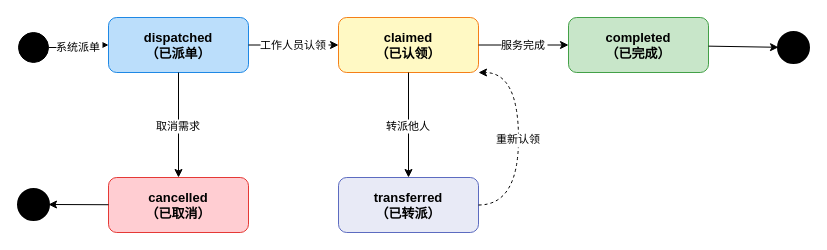
Earlier version of the draw.io diagram paper/附件/diagrams/fig4-3-task-state.drawio (julesChu12/scare). Source tidied: cells renumbered, new cells numbered last; positions are measured from the earlier drawing's top-left corner, leaving out a move shared by most shapes. Both pictures are drawn from the tidied source at 100%, with x=0, y=0 at pixel (18, 17).
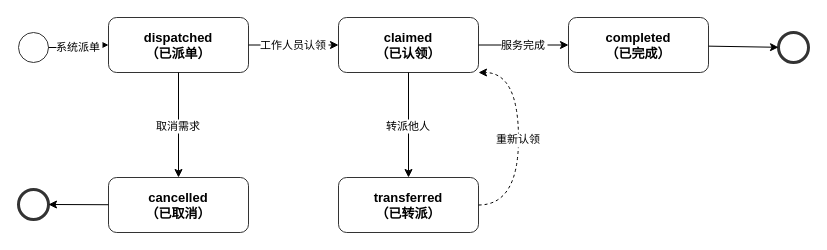
The same diagram, later.

The edit, as a diff of the source:
```diff
@@
 <mxGraphModel>
   <root>
     <mxCell id="0" />
     <mxCell id="1" parent="0" />
-    <mxCell id="2" style="ellipse;fillColor=#000000;strokeColor=#000000;" parent="1" vertex="1">
+    <mxCell id="2" style="ellipse;fillColor=#ffffff;strokeColor=#333333;" parent="1" vertex="1">
       <mxGeometry y="15" width="30" height="30" as="geometry" />
     </mxCell>
-    <mxCell id="3" value="dispatched&#10;（已派单）" style="rounded=1;whiteSpace=wrap;html=1;fillColor=#bbdefb;strokeColor=#1e88e5;fontSize=13;fontStyle=1;" parent="1" vertex="1">
+    <mxCell id="3" value="dispatched&#10;（已派单）" style="rounded=1;whiteSpace=wrap;html=1;fillColor=#ffffff;strokeColor=#333333;fontSize=13;fontStyle=1;" parent="1" vertex="1">
       <mxGeometry x="90" width="140" height="55" as="geometry" />
     </mxCell>
     <mxCell id="4" value="系统派单" style="edgeStyle=orthogonalEdgeStyle;rounded=0;fontSize=11;" parent="1" edge="1" source="2" target="3">
       <mxGeometry relative="1" as="geometry" />
     </mxCell>
-    <mxCell id="5" value="claimed&#10;（已认领）" style="rounded=1;whiteSpace=wrap;html=1;fillColor=#fff9c4;strokeColor=#f57f17;fontSize=13;fontStyle=1;" parent="1" vertex="1">
+    <mxCell id="5" value="claimed&#10;（已认领）" style="rounded=1;whiteSpace=wrap;html=1;fillColor=#ffffff;strokeColor=#333333;fontSize=13;fontStyle=1;" parent="1" vertex="1">
       <mxGeometry x="320" width="140" height="55" as="geometry" />
     </mxCell>
     <mxCell id="6" value="工作人员认领" style="edgeStyle=orthogonalEdgeStyle;rounded=0;fontSize=11;" parent="1" edge="1" source="3" target="5">
       <mxGeometry relative="1" as="geometry" />
     </mxCell>
-    <mxCell id="7" value="completed&#10;（已完成）" style="rounded=1;whiteSpace=wrap;html=1;fillColor=#c8e6c9;strokeColor=#43a047;fontSize=13;fontStyle=1;" parent="1" vertex="1">
+    <mxCell id="7" value="completed&#10;（已完成）" style="rounded=1;whiteSpace=wrap;html=1;fillColor=#ffffff;strokeColor=#333333;fontSize=13;fontStyle=1;" parent="1" vertex="1">
       <mxGeometry x="550" width="140" height="55" as="geometry" />
     </mxCell>
     <mxCell id="8" value="服务完成" style="edgeStyle=orthogonalEdgeStyle;rounded=0;fontSize=11;" parent="1" edge="1" source="5" target="7">
       <mxGeometry relative="1" as="geometry" />
     </mxCell>
-    <mxCell id="9" style="ellipse;fillColor=#000000;strokeColor=#000000;strokeWidth=3;" parent="1" vertex="1">
+    <mxCell id="9" style="ellipse;fillColor=#ffffff;strokeColor=#333333;strokeWidth=3;" parent="1" vertex="1">
       <mxGeometry x="760" y="15" width="30" height="30" as="geometry" />
     </mxCell>
     <mxCell id="10" style="rounded=0;" parent="1" edge="1" source="7" target="9">
       <mxGeometry relative="1" as="geometry" />
     </mxCell>
-    <mxCell id="11" value="cancelled&#10;（已取消）" style="rounded=1;whiteSpace=wrap;html=1;fillColor=#ffcdd2;strokeColor=#e53935;fontSize=13;fontStyle=1;" parent="1" vertex="1">
+    <mxCell id="11" value="cancelled&#10;（已取消）" style="rounded=1;whiteSpace=wrap;html=1;fillColor=#ffffff;strokeColor=#333333;fontSize=13;fontStyle=1;" parent="1" vertex="1">
       <mxGeometry x="90" y="160" width="140" height="55" as="geometry" />
     </mxCell>
     <mxCell id="12" value="取消需求" style="edgeStyle=orthogonalEdgeStyle;rounded=0;fontSize=11;" parent="1" edge="1" source="3" target="11">
       <mxGeometry relative="1" as="geometry" />
     </mxCell>
-    <mxCell id="13" style="ellipse;fillColor=#000000;strokeColor=#000000;strokeWidth=3;" parent="1" vertex="1">
+    <mxCell id="13" style="ellipse;fillColor=#ffffff;strokeColor=#333333;strokeWidth=3;" parent="1" vertex="1">
       <mxGeometry y="172" width="30" height="30" as="geometry" />
     </mxCell>
     <mxCell id="14" style="rounded=0;" parent="1" edge="1" source="11" target="13">
       <mxGeometry relative="1" as="geometry" />
     </mxCell>
-    <mxCell id="15" value="transferred&#10;（已转派）" style="rounded=1;whiteSpace=wrap;html=1;fillColor=#e8eaf6;strokeColor=#5c6bc0;fontSize=13;fontStyle=1;" parent="1" vertex="1">
+    <mxCell id="15" value="transferred&#10;（已转派）" style="rounded=1;whiteSpace=wrap;html=1;fillColor=#ffffff;strokeColor=#333333;fontSize=13;fontStyle=1;" parent="1" vertex="1">
       <mxGeometry x="320" y="160" width="140" height="55" as="geometry" />
     </mxCell>
     <mxCell id="16" value="转派他人" style="edgeStyle=orthogonalEdgeStyle;rounded=0;fontSize=11;" parent="1" edge="1" source="5" target="15">
       <mxGeometry relative="1" as="geometry" />
     </mxCell>
     <mxCell id="17" value="重新认领" style="edgeStyle=orthogonalEdgeStyle;rounded=1;curved=1;fontSize=11;dashed=1;exitX=1;exitY=0.5;exitDx=0;exitDy=0;entryX=1;entryY=1;entryDx=0;entryDy=0;" parent="1" edge="1" source="15" target="5">
       <mxGeometry relative="1" as="geometry">
         <Array as="points">
           <mxPoint x="500" y="188" />
           <mxPoint x="500" y="55" />
         </Array>
       </mxGeometry>
     </mxCell>
   </root>
 </mxGraphModel>
```
